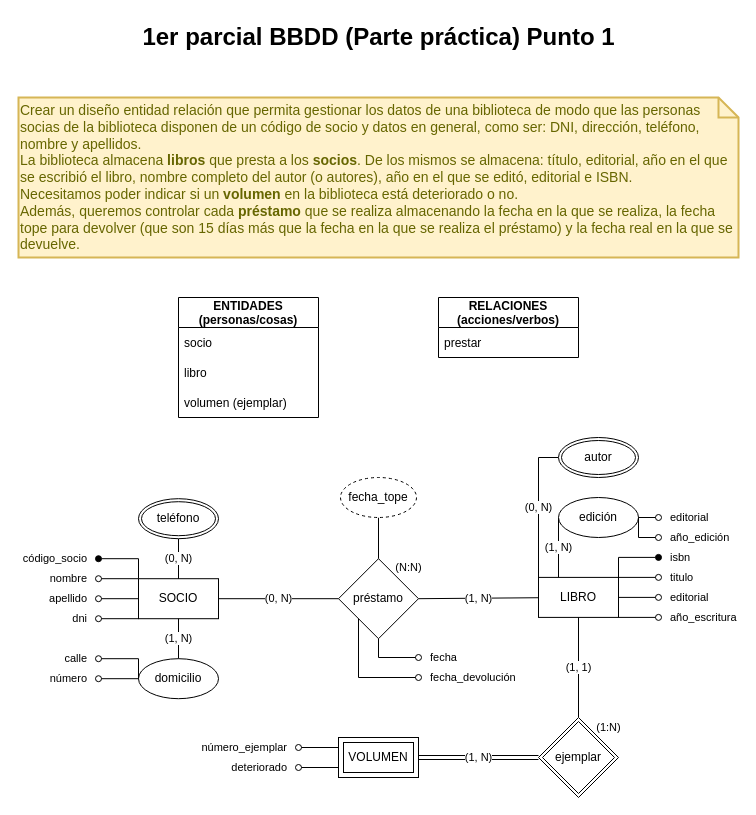
The draw.io diagram [Base de Datos]/Itinerario 07 (1er Parcial)/1er parcial (Parte práctica) Punto 1 (Modelo Conceptual) Detallado.drawio in zherar7ordoya/AP4, before the edit. Source tidied: cells renumbered, new cells numbered last; positions are measured from the earlier drawing's top-left corner, leaving out a move shared by most shapes. Both pictures are drawn from the tidied source at 100%, with x=0, y=0 at pixel (18, 17).
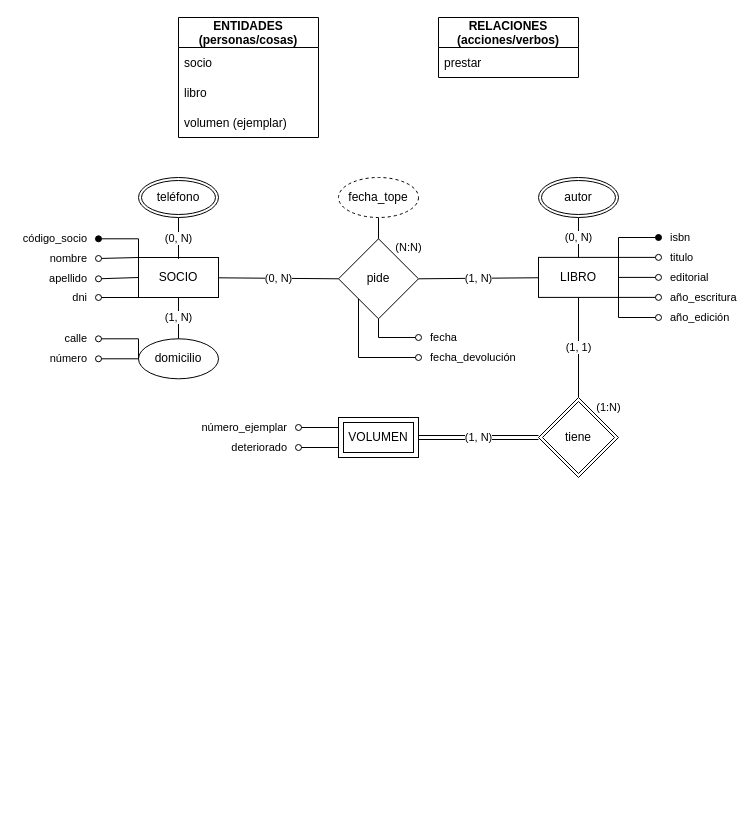
The same page after the edit.

The edit, as a diff of the source:
```diff
@@
-    <mxCell id="2" value="&lt;div&gt;Crear un diseño entidad relación que permita gestionar los datos de una biblioteca de modo que las personas socias de la biblioteca disponen de un código de socio y datos en general, como ser: DNI, dirección, teléfono, nombre y apellidos.&lt;/div&gt;&lt;div&gt;La biblioteca almacena &lt;b&gt;libros &lt;/b&gt;que presta a los &lt;b&gt;socios&lt;/b&gt;. De los mismos se almacena: título, editorial, año en el que se escribió el libro, nombre completo del autor (o autores), año en el que se editó, editorial e ISBN.&lt;/div&gt;&lt;div&gt;Necesitamos poder indicar si un &lt;b&gt;volumen &lt;/b&gt;en la biblioteca está deteriorado o no.&lt;/div&gt;&lt;div&gt;Además, queremos controlar cada &lt;b&gt;préstamo &lt;/b&gt;que se realiza almacenando la fecha en la que se realiza, la fecha tope para devolver (que son 15 días más que la fecha en la que se realiza el préstamo) y la fecha real en la que se devuelve.&lt;/div&gt;" style="shape=note;strokeWidth=2;fontSize=14;size=20;whiteSpace=wrap;html=1;fillColor=#fff2cc;strokeColor=#d6b656;fontColor=#666600;align=left;" parent="1" vertex="1">
-      <mxGeometry y="80" width="720" height="160" as="geometry" />
-    </mxCell>
-    <mxCell id="3" value="1er parcial BBDD (Parte práctica) Punto 1" style="text;strokeColor=none;fillColor=none;html=1;fontSize=24;fontStyle=1;verticalAlign=middle;align=center;" parent="1" vertex="1">
-      <mxGeometry width="720" height="40" as="geometry" />
-    </mxCell>
     <mxCell id="4" value="ENTIDADES&#10;(personas/cosas)" style="swimlane;fontStyle=1;horizontal=1;startSize=30;" parent="1" vertex="1">
-      <mxGeometry x="160" y="280" width="140" height="120" as="geometry" />
+      <mxGeometry x="160" width="140" height="120" as="geometry" />
     </mxCell>
@@
     <mxCell id="8" value="RELACIONES&#10;(acciones/verbos)" style="swimlane;fontStyle=1;horizontal=1;startSize=30;" parent="1" vertex="1">
-      <mxGeometry x="420" y="280" width="140" height="60" as="geometry" />
+      <mxGeometry x="420" width="140" height="60" as="geometry" />
     </mxCell>
@@
     <mxCell id="10" value="código_socio" style="rounded=0;jettySize=auto;html=1;exitX=0;exitY=0;exitDx=0;exitDy=0;startArrow=none;startFill=0;endArrow=oval;endFill=1;labelPosition=center;verticalLabelPosition=middle;align=right;verticalAlign=middle;" parent="1" edge="1" source="13">
       <mxGeometry x="1" y="-10" relative="1" as="geometry">
-        <mxPoint x="80" y="541.2" as="targetPoint" />
+        <mxPoint x="80" y="221.3" as="targetPoint" />
         <Array as="points">
-          <mxPoint x="120" y="541.2" />
+          <mxPoint x="120" y="221.3" />
         </Array>
         <mxPoint x="-10" y="10" as="offset" />
       </mxGeometry>
     </mxCell>
     <mxCell id="11" value="nombre" style="edgeStyle=none;rounded=0;jettySize=auto;html=1;exitX=0;exitY=0;exitDx=0;exitDy=0;startArrow=none;startFill=0;endArrow=oval;endFill=0;labelPosition=center;verticalLabelPosition=middle;align=right;verticalAlign=middle;" parent="1" edge="1" source="13">
       <mxGeometry x="1" y="-10" relative="1" as="geometry">
-        <mxPoint x="80" y="561.2" as="targetPoint" />
+        <mxPoint x="80" y="241" as="targetPoint" />
         <mxPoint x="-10" y="10" as="offset" />
       </mxGeometry>
     </mxCell>
@@
     <mxCell id="13" value="SOCIO" style="whiteSpace=wrap;html=1;align=center;" parent="1" vertex="1">
-      <mxGeometry x="120" y="561.2" width="80" height="40" as="geometry" />
+      <mxGeometry x="120" y="240" width="80" height="40" as="geometry" />
     </mxCell>
     <mxCell id="14" value="(0, N)" style="rounded=1;sketch=0;jettySize=auto;html=1;endArrow=none;endFill=0;exitX=0.5;exitY=1;exitDx=0;exitDy=0;" parent="1" edge="1" source="15">
       <mxGeometry relative="1" as="geometry">
-        <mxPoint x="160" y="561.3" as="targetPoint" />
+        <mxPoint x="160" y="241.3" as="targetPoint" />
       </mxGeometry>
     </mxCell>
     <mxCell id="15" value="teléfono" style="ellipse;shape=doubleEllipse;margin=3;whiteSpace=wrap;html=1;align=center;rounded=0;sketch=0;noLabel=0;comic=0;backgroundOutline=0;movableLabel=0;" parent="1" vertex="1">
-      <mxGeometry x="120" y="481.2" width="80" height="40" as="geometry" />
+      <mxGeometry x="120" y="160" width="80" height="40" as="geometry" />
     </mxCell>
     <mxCell id="16" value="apellido" style="edgeStyle=none;rounded=0;jettySize=auto;html=1;exitX=0;exitY=0.5;exitDx=0;exitDy=0;startArrow=none;startFill=0;endArrow=oval;endFill=0;labelPosition=center;verticalLabelPosition=middle;align=right;verticalAlign=middle;" parent="1" edge="1" source="13">
       <mxGeometry x="1" y="-10" relative="1" as="geometry">
-        <mxPoint x="80" y="581.2" as="targetPoint" />
+        <mxPoint x="80" y="261.3" as="targetPoint" />
         <mxPoint x="-10" y="10" as="offset" />
       </mxGeometry>
     </mxCell>
     <mxCell id="17" value="dni" style="edgeStyle=none;rounded=0;jettySize=auto;html=1;exitX=0;exitY=1;exitDx=0;exitDy=0;startArrow=none;startFill=0;endArrow=oval;endFill=0;labelPosition=center;verticalLabelPosition=middle;align=right;verticalAlign=middle;" parent="1" edge="1" source="13">
       <mxGeometry x="1" y="-10" relative="1" as="geometry">
-        <mxPoint x="80" y="601.2" as="targetPoint" />
+        <mxPoint x="80" y="280" as="targetPoint" />
         <mxPoint x="-10" y="10" as="offset" />
       </mxGeometry>
     </mxCell>
@@
     <mxCell id="19" value="domicilio" style="ellipse;whiteSpace=wrap;html=1;align=center;comic=0;sketch=0;" parent="1" vertex="1">
-      <mxGeometry x="120" y="641.2" width="80" height="40" as="geometry" />
+      <mxGeometry x="120" y="321.3" width="80" height="40" as="geometry" />
     </mxCell>
     <mxCell id="20" value="calle" style="rounded=0;sketch=0;jettySize=auto;html=1;exitX=0;exitY=0.5;exitDx=0;exitDy=0;endArrow=oval;endFill=0;align=right;labelPosition=center;verticalLabelPosition=middle;verticalAlign=middle;" parent="1" edge="1" source="19">
       <mxGeometry x="1" y="10" relative="1" as="geometry">
-        <mxPoint x="80" y="641.2" as="targetPoint" />
+        <mxPoint x="80" y="321.3" as="targetPoint" />
         <Array as="points">
-          <mxPoint x="120" y="641.2" />
+          <mxPoint x="120" y="321.3" />
         </Array>
         <mxPoint x="-10" y="-10" as="offset" />
       </mxGeometry>
     </mxCell>
     <mxCell id="21" value="número" style="rounded=1;sketch=0;jettySize=auto;html=1;exitX=0;exitY=0.5;exitDx=0;exitDy=0;endArrow=oval;endFill=0;align=right;labelPosition=center;verticalLabelPosition=middle;verticalAlign=middle;" parent="1" edge="1" source="19">
       <mxGeometry x="1" y="10" relative="1" as="geometry">
-        <mxPoint x="80" y="661.2" as="targetPoint" />
+        <mxPoint x="80" y="341.3" as="targetPoint" />
         <mxPoint x="-10" y="-10" as="offset" />
       </mxGeometry>
     </mxCell>
     <mxCell id="22" value="isbn" style="rounded=0;jettySize=auto;html=1;exitX=1;exitY=0;exitDx=0;exitDy=0;startArrow=none;startFill=0;endArrow=oval;endFill=1;labelPosition=center;verticalLabelPosition=middle;align=left;verticalAlign=middle;" parent="1" edge="1" source="27">
       <mxGeometry x="1" y="10" relative="1" as="geometry">
-        <mxPoint x="640" y="539.9" as="targetPoint" />
+        <mxPoint x="640" y="220" as="targetPoint" />
         <Array as="points">
-          <mxPoint x="600" y="539.9" />
+          <mxPoint x="600" y="220" />
         </Array>
         <mxPoint x="10" y="10" as="offset" />
       </mxGeometry>
     </mxCell>
     <mxCell id="23" value="año_escritura" style="rounded=1;sketch=0;jettySize=auto;html=1;exitX=1;exitY=1;exitDx=0;exitDy=0;endArrow=oval;endFill=0;align=left;labelPosition=center;verticalLabelPosition=middle;verticalAlign=middle;" parent="1" edge="1" source="27">
       <mxGeometry x="1" y="10" relative="1" as="geometry">
-        <mxPoint x="640" y="599.9" as="targetPoint" />
+        <mxPoint x="640" y="279.9" as="targetPoint" />
         <mxPoint x="10" y="10" as="offset" />
       </mxGeometry>
     </mxCell>
     <mxCell id="24" value="editorial" style="rounded=1;sketch=0;jettySize=auto;html=1;exitX=1;exitY=0.5;exitDx=0;exitDy=0;endArrow=oval;endFill=0;align=left;labelPosition=center;verticalLabelPosition=middle;verticalAlign=middle;" parent="1" edge="1" source="27">
       <mxGeometry x="1" y="10" relative="1" as="geometry">
-        <mxPoint x="640" y="579.9" as="targetPoint" />
+        <mxPoint x="640" y="259.9" as="targetPoint" />
         <mxPoint x="10" y="10" as="offset" />
       </mxGeometry>
     </mxCell>
     <mxCell id="25" value="titulo" style="rounded=1;sketch=0;jettySize=auto;html=1;exitX=1;exitY=0;exitDx=0;exitDy=0;endArrow=oval;endFill=0;align=left;labelPosition=center;verticalLabelPosition=middle;verticalAlign=middle;" parent="1" edge="1" source="27">
       <mxGeometry x="1" y="10" relative="1" as="geometry">
-        <mxPoint x="640" y="559.9" as="targetPoint" />
+        <mxPoint x="640" y="239.9" as="targetPoint" />
         <mxPoint x="10" y="10" as="offset" />
       </mxGeometry>
     </mxCell>
@@
     <mxCell id="27" value="LIBRO" style="whiteSpace=wrap;html=1;align=center;" parent="1" vertex="1">
-      <mxGeometry x="520" y="559.9" width="80" height="40" as="geometry" />
+      <mxGeometry x="520" y="239.9" width="80" height="40" as="geometry" />
     </mxCell>
-    <mxCell id="28" value="(1, N)" style="rounded=0;jettySize=auto;html=1;endArrow=none;endFill=0;entryX=0.25;entryY=0;entryDx=0;entryDy=0;exitX=0;exitY=0.5;exitDx=0;exitDy=0;" parent="1" edge="1" source="29" target="27">
-      <mxGeometry relative="1" as="geometry" />
-    </mxCell>
-    <mxCell id="29" value="edición" style="ellipse;whiteSpace=wrap;html=1;align=center;comic=0;sketch=0;" parent="1" vertex="1">
-      <mxGeometry x="540" y="480" width="80" height="40" as="geometry" />
-    </mxCell>
-    <mxCell id="30" value="editorial" style="rounded=0;sketch=0;jettySize=auto;html=1;exitX=1;exitY=0.5;exitDx=0;exitDy=0;endArrow=oval;endFill=0;align=left;labelPosition=center;verticalLabelPosition=middle;verticalAlign=middle;" parent="1" edge="1" source="29">
-      <mxGeometry x="1" y="10" relative="1" as="geometry">
-        <mxPoint x="640" y="500" as="targetPoint" />
-        <mxPoint x="10" y="10" as="offset" />
-      </mxGeometry>
-    </mxCell>
-    <mxCell id="31" value="año_edición" style="rounded=0;sketch=0;jettySize=auto;html=1;exitX=1;exitY=0.5;exitDx=0;exitDy=0;endArrow=oval;endFill=0;align=left;labelPosition=center;verticalLabelPosition=middle;verticalAlign=middle;" parent="1" edge="1" source="29">
+    <mxCell id="31" value="año_edición" style="rounded=0;sketch=0;jettySize=auto;html=1;exitX=1;exitY=1;exitDx=0;exitDy=0;endArrow=oval;endFill=0;align=left;labelPosition=center;verticalLabelPosition=middle;verticalAlign=middle;" parent="1" edge="1" source="27">
       <mxGeometry x="1" y="10" relative="1" as="geometry">
-        <mxPoint x="640" y="520" as="targetPoint" />
+        <mxPoint x="640" y="300" as="targetPoint" />
         <Array as="points">
-          <mxPoint x="620" y="520" />
+          <mxPoint x="600" y="300" />
         </Array>
         <mxPoint x="10" y="10" as="offset" />
       </mxGeometry>
     </mxCell>
-    <mxCell id="32" value="(0, N)" style="rounded=0;sketch=0;jettySize=auto;html=1;endArrow=none;endFill=0;exitX=0;exitY=0.5;exitDx=0;exitDy=0;entryX=0;entryY=0;entryDx=0;entryDy=0;" parent="1" edge="1" source="33" target="27">
-      <mxGeometry relative="1" as="geometry">
-        <Array as="points">
-          <mxPoint x="520" y="440" />
-        </Array>
-      </mxGeometry>
+    <mxCell id="32" value="(0, N)" style="rounded=0;sketch=0;jettySize=auto;html=1;endArrow=none;endFill=0;exitX=0.5;exitY=1;exitDx=0;exitDy=0;entryX=0.5;entryY=0;entryDx=0;entryDy=0;" parent="1" edge="1" source="33" target="27">
+      <mxGeometry relative="1" as="geometry" />
     </mxCell>
     <mxCell id="33" value="autor" style="ellipse;shape=doubleEllipse;margin=3;whiteSpace=wrap;html=1;align=center;rounded=0;sketch=0;noLabel=0;comic=0;backgroundOutline=0;movableLabel=0;" parent="1" vertex="1">
-      <mxGeometry x="540" y="420" width="80" height="40" as="geometry" />
+      <mxGeometry x="520" y="160" width="80" height="40" as="geometry" />
     </mxCell>
@@
     <mxCell id="35" value="fecha" style="edgeStyle=none;rounded=0;jettySize=auto;html=1;endArrow=oval;endFill=0;exitX=0.5;exitY=1;exitDx=0;exitDy=0;align=left;" parent="1" edge="1" source="37">
       <mxGeometry x="1" y="10" relative="1" as="geometry">
-        <mxPoint x="400" y="640" as="targetPoint" />
+        <mxPoint x="400" y="320" as="targetPoint" />
         <Array as="points">
-          <mxPoint x="360" y="640" />
+          <mxPoint x="360" y="320" />
         </Array>
         <mxPoint x="10" y="10" as="offset" />
       </mxGeometry>
     </mxCell>
     <mxCell id="36" value="(N:N)" style="edgeStyle=none;rounded=0;jettySize=auto;html=1;exitX=1;exitY=0;exitDx=0;exitDy=0;endArrow=none;endFill=0;strokeColor=#FFFFFF;" parent="1" edge="1" source="37">
       <mxGeometry relative="1" as="geometry">
-        <mxPoint x="400" y="540" as="targetPoint" />
+        <mxPoint x="400" y="220" as="targetPoint" />
       </mxGeometry>
     </mxCell>
-    <mxCell id="37" value="préstamo" style="shape=rhombus;perimeter=rhombusPerimeter;whiteSpace=wrap;html=1;align=center;" parent="1" vertex="1">
-      <mxGeometry x="320" y="541.2" width="80" height="80" as="geometry" />
+    <mxCell id="37" value="pide" style="shape=rhombus;perimeter=rhombusPerimeter;whiteSpace=wrap;html=1;align=center;" parent="1" vertex="1">
+      <mxGeometry x="320" y="221.3" width="80" height="80" as="geometry" />
     </mxCell>
     <mxCell id="38" value="deteriorado" style="rounded=0;jettySize=auto;html=1;endArrow=oval;endFill=0;align=right;labelPosition=center;verticalLabelPosition=middle;verticalAlign=middle;exitX=0;exitY=0.75;exitDx=0;exitDy=0;" parent="1" edge="1" source="41">
       <mxGeometry x="1" y="10" relative="1" as="geometry">
-        <mxPoint x="280" y="750" as="targetPoint" />
+        <mxPoint x="280" y="430" as="targetPoint" />
         <mxPoint x="-10" y="-10" as="offset" />
       </mxGeometry>
     </mxCell>
@@
     <mxCell id="41" value="VOLUMEN" style="shape=ext;margin=3;double=1;whiteSpace=wrap;html=1;align=center;" parent="1" vertex="1">
-      <mxGeometry x="320" y="720" width="80" height="40" as="geometry" />
+      <mxGeometry x="320" y="400" width="80" height="40" as="geometry" />
     </mxCell>
     <mxCell id="42" value="número_ejemplar" style="rounded=0;jettySize=auto;html=1;endArrow=oval;endFill=0;align=right;labelPosition=center;verticalLabelPosition=middle;verticalAlign=middle;exitX=0;exitY=0.25;exitDx=0;exitDy=0;" parent="1" edge="1" source="41">
       <mxGeometry x="1" y="10" relative="1" as="geometry">
-        <mxPoint x="280" y="730" as="targetPoint" />
+        <mxPoint x="280" y="410" as="targetPoint" />
         <mxPoint x="-10" y="-10" as="offset" />
       </mxGeometry>
     </mxCell>
@@
     <mxCell id="44" value="(1:N)" style="edgeStyle=none;rounded=0;jettySize=auto;html=1;exitX=1;exitY=0;exitDx=0;exitDy=0;endArrow=none;endFill=0;strokeColor=#FFFFFF;" parent="1" edge="1" source="45">
       <mxGeometry relative="1" as="geometry">
-        <mxPoint x="600" y="700" as="targetPoint" />
+        <mxPoint x="600" y="380" as="targetPoint" />
       </mxGeometry>
     </mxCell>
-    <mxCell id="45" value="ejemplar" style="shape=rhombus;double=1;perimeter=rhombusPerimeter;whiteSpace=wrap;html=1;align=center;" parent="1" vertex="1">
-      <mxGeometry x="520" y="700" width="80" height="80" as="geometry" />
+    <mxCell id="45" value="tiene" style="shape=rhombus;double=1;perimeter=rhombusPerimeter;whiteSpace=wrap;html=1;align=center;" parent="1" vertex="1">
+      <mxGeometry x="520" y="380" width="80" height="80" as="geometry" />
     </mxCell>
     <mxCell id="46" value="fecha_tope" style="ellipse;whiteSpace=wrap;html=1;align=center;dashed=1;" parent="1" vertex="1">
-      <mxGeometry x="322" y="460" width="76" height="40" as="geometry" />
+      <mxGeometry x="320" y="160" width="80" height="40" as="geometry" />
     </mxCell>
     <mxCell id="47" value="fecha_devolución" style="edgeStyle=none;rounded=0;jettySize=auto;html=1;endArrow=oval;endFill=0;exitX=0;exitY=1;exitDx=0;exitDy=0;align=left;" parent="1" edge="1" source="37">
       <mxGeometry x="1" y="10" relative="1" as="geometry">
-        <mxPoint x="400" y="660" as="targetPoint" />
+        <mxPoint x="400" y="340" as="targetPoint" />
         <Array as="points">
-          <mxPoint x="340" y="660" />
+          <mxPoint x="340" y="340" />
         </Array>
         <mxPoint x="10" y="10" as="offset" />
       </mxGeometry>
     </mxCell>
```
